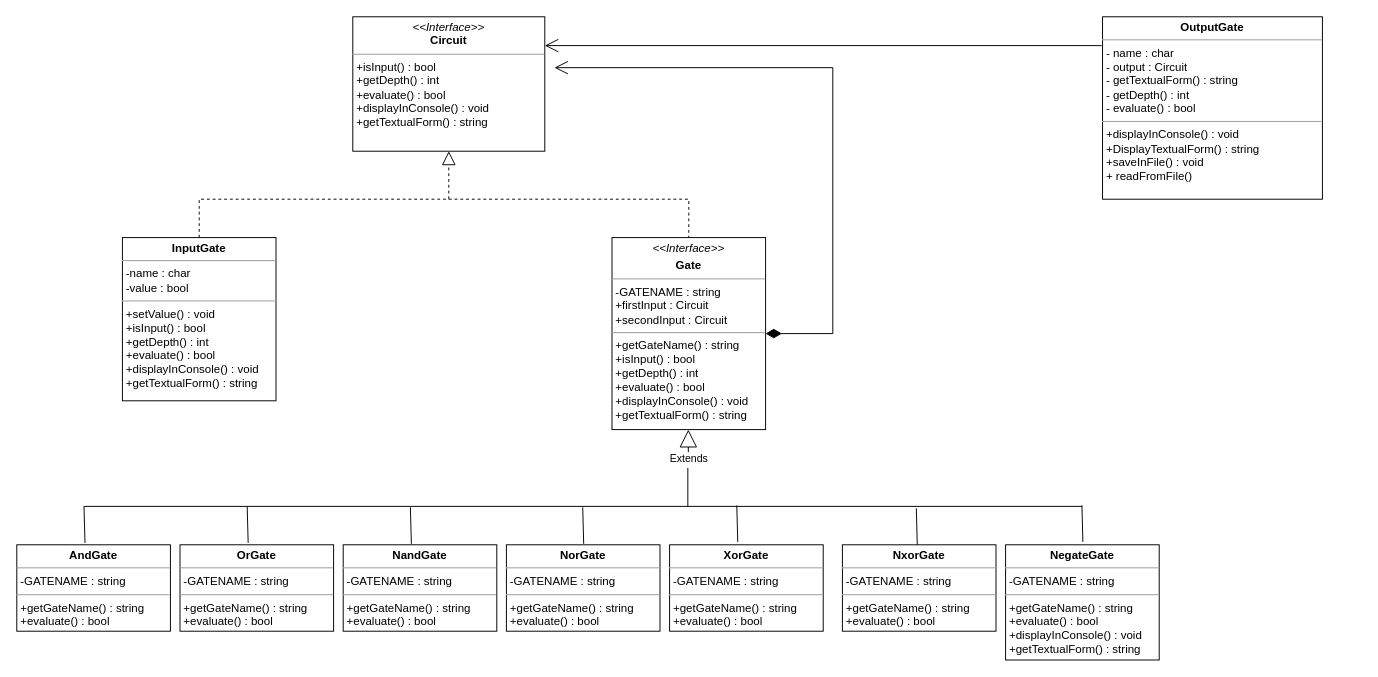
This is page "Page-1" (1 of 2) of ClassDiagramme.drawio from ourdjiniaymen/combinatorial-circuit, a draw.io file, before an edit. Source tidied: cells renumbered, new cells numbered last; positions are measured from the earlier drawing's top-left corner, leaving out a move shared by most shapes. Both pictures are drawn from the tidied source at 96%, with x=0, y=0 at pixel (16, 16).
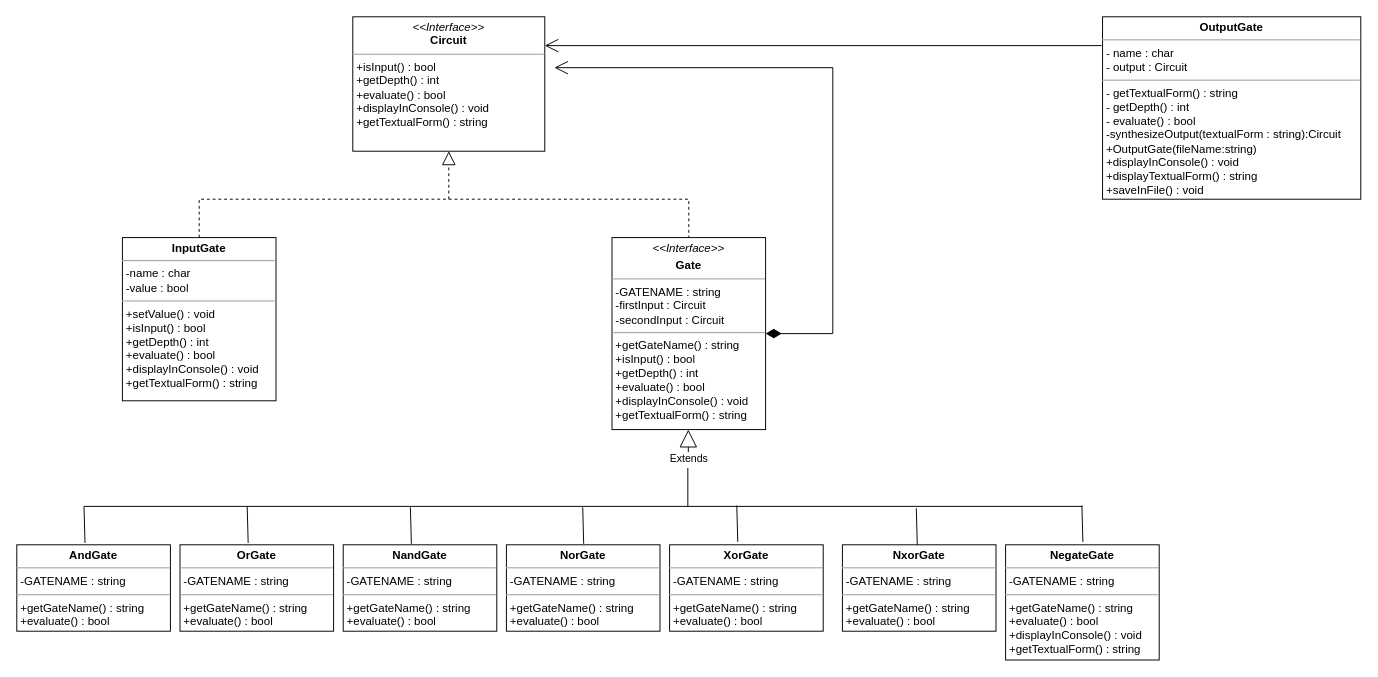
The same diagram, later.

What changed in the source:
```diff
@@
-    <mxCell id="4" value="&lt;p style=&quot;margin: 0px ; margin-top: 4px ; text-align: center&quot;&gt;&lt;i&gt;&amp;lt;&amp;lt;Interface&amp;gt;&amp;gt;&lt;/i&gt;&lt;br&gt;&lt;/p&gt;&lt;p style=&quot;margin: 0px ; margin-top: 4px ; text-align: center&quot;&gt;&lt;b&gt;Gate&lt;/b&gt;&lt;/p&gt;&lt;hr size=&quot;1&quot;&gt;&lt;p style=&quot;margin: 0px ; margin-left: 4px&quot;&gt;-GATENAME : string&amp;nbsp;&lt;/p&gt;&lt;p style=&quot;margin: 0px ; margin-left: 4px&quot;&gt;+firstInput : Circuit&lt;br&gt;+secondInput : Circuit&lt;br&gt;&lt;/p&gt;&lt;div id=&quot;SDCloudData&quot; style=&quot;display: none&quot;&gt;&lt;/div&gt;&lt;hr size=&quot;1&quot;&gt;&lt;p style=&quot;margin: 0px ; margin-left: 4px&quot;&gt;+getGateName() : string&lt;br&gt;+isInput() : bool&lt;br&gt;+getDepth() : int&lt;br&gt;+evaluate() : bool&lt;br&gt;+displayInConsole() : void&lt;br&gt;+getTextualForm() : string&lt;br&gt;&lt;/p&gt;&lt;div id=&quot;SDCloudData&quot; style=&quot;display: none&quot;&gt;&lt;/div&gt;" style="verticalAlign=top;align=left;overflow=fill;fontSize=12;fontFamily=Helvetica;html=1;" parent="1" vertex="1">
+    <mxCell id="4" value="&lt;p style=&quot;margin: 0px ; margin-top: 4px ; text-align: center&quot;&gt;&lt;i&gt;&amp;lt;&amp;lt;Interface&amp;gt;&amp;gt;&lt;/i&gt;&lt;br&gt;&lt;/p&gt;&lt;p style=&quot;margin: 0px ; margin-top: 4px ; text-align: center&quot;&gt;&lt;b&gt;Gate&lt;/b&gt;&lt;/p&gt;&lt;hr size=&quot;1&quot;&gt;&lt;p style=&quot;margin: 0px ; margin-left: 4px&quot;&gt;-GATENAME : string&amp;nbsp;&lt;/p&gt;&lt;p style=&quot;margin: 0px ; margin-left: 4px&quot;&gt;-firstInput : Circuit&lt;br&gt;-secondInput : Circuit&lt;br&gt;&lt;/p&gt;&lt;div id=&quot;SDCloudData&quot; style=&quot;display: none&quot;&gt;&lt;/div&gt;&lt;hr size=&quot;1&quot;&gt;&lt;p style=&quot;margin: 0px ; margin-left: 4px&quot;&gt;+getGateName() : string&lt;br&gt;+isInput() : bool&lt;br&gt;+getDepth() : int&lt;br&gt;+evaluate() : bool&lt;br&gt;+displayInConsole() : void&lt;br&gt;+getTextualForm() : string&lt;br&gt;&lt;/p&gt;&lt;div id=&quot;SDCloudData&quot; style=&quot;display: none&quot;&gt;&lt;/div&gt;" style="verticalAlign=top;align=left;overflow=fill;fontSize=12;fontFamily=Helvetica;html=1;" parent="1" vertex="1">
       <mxGeometry x="620" y="230" width="160" height="200" as="geometry" />
     </mxCell>
@@
-    <mxCell id="26" value="&lt;p style=&quot;margin: 0px ; margin-top: 4px ; text-align: center&quot;&gt;&lt;b&gt;OutputGate&lt;/b&gt;&lt;/p&gt;&lt;hr size=&quot;1&quot;&gt;&lt;p style=&quot;margin: 0px ; margin-left: 4px&quot;&gt;- name : char&lt;/p&gt;&lt;p style=&quot;margin: 0px ; margin-left: 4px&quot;&gt;- output : Circuit&lt;/p&gt;&lt;p style=&quot;margin: 0px ; margin-left: 4px&quot;&gt;- getTextualForm() : string&lt;/p&gt;&lt;p style=&quot;margin: 0px ; margin-left: 4px&quot;&gt;- getDepth() : int&lt;/p&gt;&lt;p style=&quot;margin: 0px ; margin-left: 4px&quot;&gt;- evaluate() : bool&lt;/p&gt;&lt;hr size=&quot;1&quot;&gt;&lt;p style=&quot;margin: 0px 0px 0px 4px&quot;&gt;+displayInConsole() : void&lt;br&gt;+DisplayTextualForm() : string&lt;br&gt;&lt;/p&gt;&lt;p style=&quot;margin: 0px 0px 0px 4px&quot;&gt;+saveInFile() : void&lt;/p&gt;&lt;p style=&quot;margin: 0px 0px 0px 4px&quot;&gt;+ readFromFile()&lt;/p&gt;" style="verticalAlign=top;align=left;overflow=fill;fontSize=12;fontFamily=Helvetica;html=1;" parent="1" vertex="1">
-      <mxGeometry x="1131" width="229" height="190" as="geometry" />
+    <mxCell id="26" value="&lt;p style=&quot;margin: 0px ; margin-top: 4px ; text-align: center&quot;&gt;&lt;b&gt;OutputGate&lt;/b&gt;&lt;/p&gt;&lt;hr size=&quot;1&quot;&gt;&lt;p style=&quot;margin: 0px ; margin-left: 4px&quot;&gt;- name : char&lt;/p&gt;&lt;p style=&quot;margin: 0px ; margin-left: 4px&quot;&gt;- output : Circuit&lt;/p&gt;&lt;hr size=&quot;1&quot;&gt;&lt;p style=&quot;margin: 0px 0px 0px 4px&quot;&gt;&lt;span&gt;- getTextualForm() : string&lt;/span&gt;&lt;br&gt;&lt;/p&gt;&lt;p style=&quot;margin: 0px 0px 0px 4px&quot;&gt;- getDepth() : int&lt;/p&gt;&lt;p style=&quot;margin: 0px 0px 0px 4px&quot;&gt;- evaluate() : bool&lt;/p&gt;&lt;p style=&quot;margin: 0px 0px 0px 4px&quot;&gt;-synthesizeOutput(textualForm : string):Circuit&lt;/p&gt;&lt;p style=&quot;margin: 0px 0px 0px 4px&quot;&gt;+OutputGate(fileName:string)&lt;/p&gt;&lt;p style=&quot;margin: 0px 0px 0px 4px&quot;&gt;+displayInConsole() : void&lt;br&gt;+displayTextualForm() : string&lt;br&gt;&lt;/p&gt;&lt;p style=&quot;margin: 0px 0px 0px 4px&quot;&gt;+saveInFile() : void&lt;/p&gt;" style="verticalAlign=top;align=left;overflow=fill;fontSize=12;fontFamily=Helvetica;html=1;" parent="1" vertex="1">
+      <mxGeometry x="1131" width="269" height="190" as="geometry" />
     </mxCell>
```
